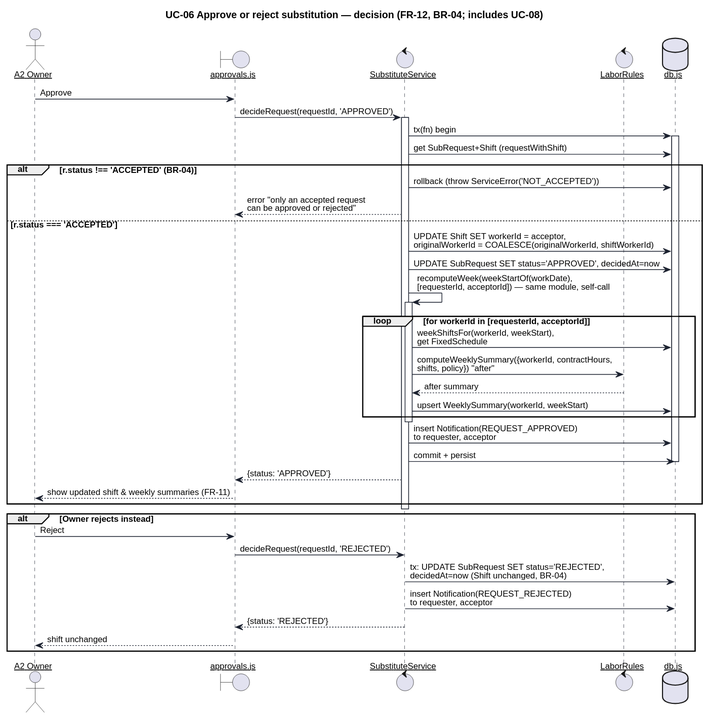
Earlier version of the PlantUML export uml/seq-3-approve-decide.svg (keemlogan/shiftswap). The source it was exported from:
```plantuml
@startuml
skinparam defaultFontName "Helvetica"
skinparam defaultFontSize 12
skinparam shadowing false
skinparam backgroundColor #FFFFFF
skinparam sequenceArrowThickness 1
skinparam sequenceParticipant underline
skinparam participant {
  BackgroundColor #FFFFFF
  BorderColor #1C2230
}
skinparam sequence {
  LifeLineBorderColor #1C2230
  ArrowColor #1C2230
  BoxBorderColor #1C2230
}

title UC-06 Approve or reject substitution — decision (FR-12, BR-04; includes UC-08)

actor "A2 Owner" as Owner
boundary "approvals.js" as UI
control "SubstituteService" as Svc
control "LaborRules" as Rules
database "db.js" as DB

Owner -> UI : Approve
UI -> Svc : decideRequest(requestId, 'APPROVED')
activate Svc
Svc -> DB : tx(fn) begin
activate DB
Svc -> DB : get SubRequest+Shift (requestWithShift)

alt r.status !== 'ACCEPTED' (BR-04)
  Svc -> DB : rollback (throw ServiceError('NOT_ACCEPTED'))
  Svc --> UI : error "only an accepted request\ncan be approved or rejected"
else r.status === 'ACCEPTED'
  Svc -> DB : UPDATE Shift SET workerId = acceptor,\noriginalWorkerId = COALESCE(originalWorkerId, shiftWorkerId)
  Svc -> DB : UPDATE SubRequest SET status='APPROVED', decidedAt=now

  Svc -> Svc : recomputeWeek(weekStartOf(workDate),\n[requesterId, acceptorId]) — same module, self-call
  activate Svc
  loop for workerId in [requesterId, acceptorId]
    Svc -> DB : weekShiftsFor(workerId, weekStart),\nget FixedSchedule
    Svc -> Rules : computeWeeklySummary({workerId, contractHours,\nshifts, policy}) "after"
    Rules --> Svc : after summary
    Svc -> DB : upsert WeeklySummary(workerId, weekStart)
  end
  deactivate Svc

  Svc -> DB : insert Notification(REQUEST_APPROVED)\nto requester, acceptor
  Svc -> DB : commit + persist
  deactivate DB
  Svc --> UI : {status: 'APPROVED'}
  UI --> Owner : show updated shift & weekly summaries (FR-11)
end
deactivate Svc

alt Owner rejects instead
  Owner -> UI : Reject
  UI -> Svc : decideRequest(requestId, 'REJECTED')
  Svc -> DB : tx: UPDATE SubRequest SET status='REJECTED',\ndecidedAt=now (Shift unchanged, BR-04)
  Svc -> DB : insert Notification(REQUEST_REJECTED)\nto requester, acceptor
  Svc --> UI : {status: 'REJECTED'}
  UI --> Owner : shift unchanged
end
@enduml
```
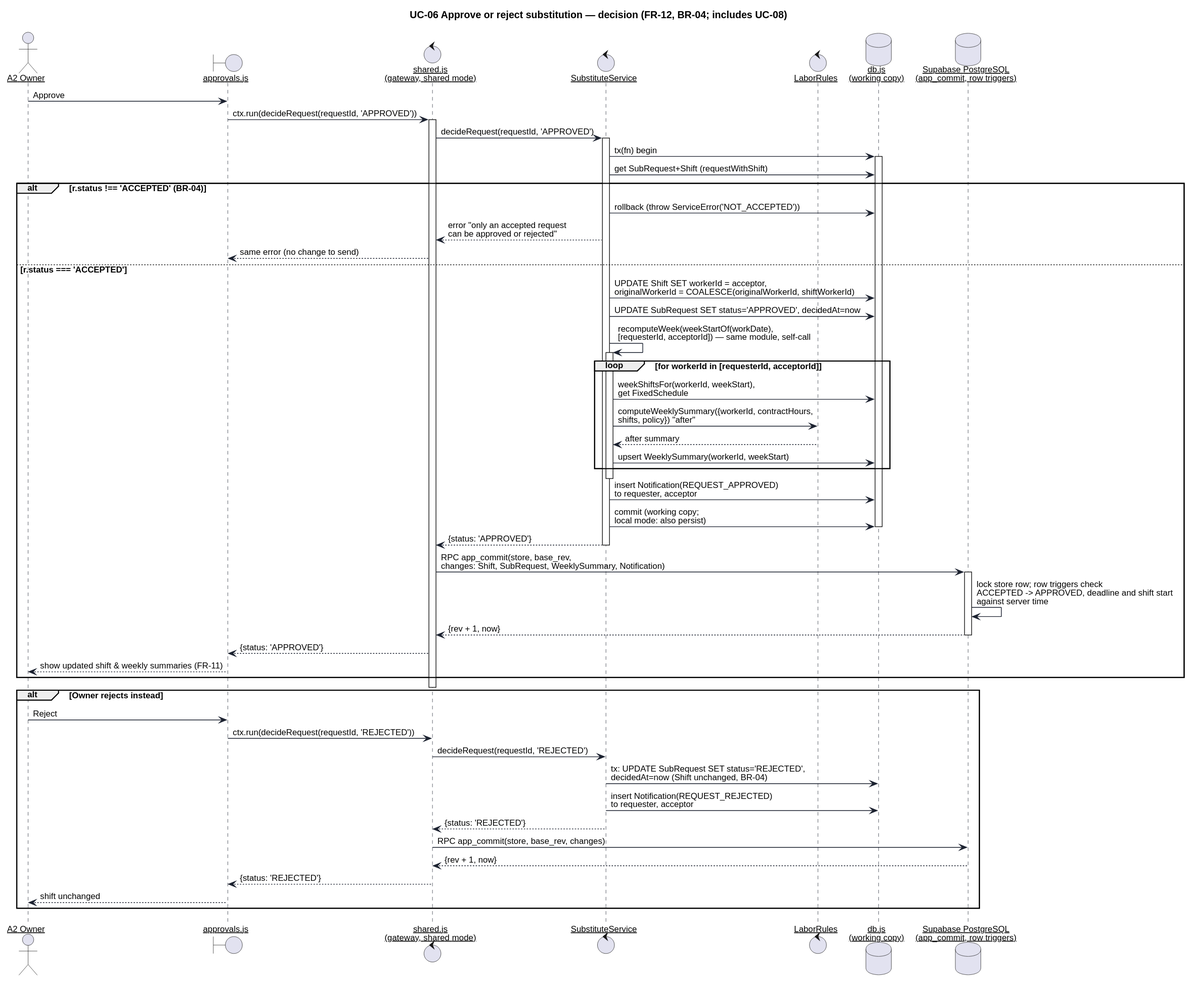
After the change.

Diff of the diagram source:
```diff
@@ -19,12 +19,16 @@
 
 actor "A2 Owner" as Owner
 boundary "approvals.js" as UI
+control "shared.js\n(gateway, shared mode)" as GW
 control "SubstituteService" as Svc
 control "LaborRules" as Rules
-database "db.js" as DB
+database "db.js\n(working copy)" as DB
+database "Supabase PostgreSQL\n(app_commit, row triggers)" as Srv
 
 Owner -> UI : Approve
-UI -> Svc : decideRequest(requestId, 'APPROVED')
+UI -> GW : ctx.run(decideRequest(requestId, 'APPROVED'))
+activate GW
+GW -> Svc : decideRequest(requestId, 'APPROVED')
 activate Svc
 Svc -> DB : tx(fn) begin
 activate DB
@@ -32,7 +36,8 @@
 
 alt r.status !== 'ACCEPTED' (BR-04)
   Svc -> DB : rollback (throw ServiceError('NOT_ACCEPTED'))
-  Svc --> UI : error "only an accepted request\ncan be approved or rejected"
+  Svc --> GW : error "only an accepted request\ncan be approved or rejected"
+  GW --> UI : same error (no change to send)
 else r.status === 'ACCEPTED'
   Svc -> DB : UPDATE Shift SET workerId = acceptor,\noriginalWorkerId = COALESCE(originalWorkerId, shiftWorkerId)
   Svc -> DB : UPDATE SubRequest SET status='APPROVED', decidedAt=now
@@ -48,19 +53,30 @@
   deactivate Svc
 
   Svc -> DB : insert Notification(REQUEST_APPROVED)\nto requester, acceptor
-  Svc -> DB : commit + persist
+  Svc -> DB : commit (working copy;\nlocal mode: also persist)
   deactivate DB
-  Svc --> UI : {status: 'APPROVED'}
+  Svc --> GW : {status: 'APPROVED'}
+  deactivate Svc
+  GW -> Srv : RPC app_commit(store, base_rev,\nchanges: Shift, SubRequest, WeeklySummary, Notification)
+  activate Srv
+  Srv -> Srv : lock store row; row triggers check\nACCEPTED -> APPROVED, deadline and shift start\nagainst server time
+  Srv --> GW : {rev + 1, now}
+  deactivate Srv
+  GW --> UI : {status: 'APPROVED'}
   UI --> Owner : show updated shift & weekly summaries (FR-11)
 end
-deactivate Svc
+deactivate GW
 
 alt Owner rejects instead
   Owner -> UI : Reject
-  UI -> Svc : decideRequest(requestId, 'REJECTED')
+  UI -> GW : ctx.run(decideRequest(requestId, 'REJECTED'))
+  GW -> Svc : decideRequest(requestId, 'REJECTED')
   Svc -> DB : tx: UPDATE SubRequest SET status='REJECTED',\ndecidedAt=now (Shift unchanged, BR-04)
   Svc -> DB : insert Notification(REQUEST_REJECTED)\nto requester, acceptor
-  Svc --> UI : {status: 'REJECTED'}
+  Svc --> GW : {status: 'REJECTED'}
+  GW -> Srv : RPC app_commit(store, base_rev, changes)
+  Srv --> GW : {rev + 1, now}
+  GW --> UI : {status: 'REJECTED'}
   UI --> Owner : shift unchanged
 end
 @enduml
```
